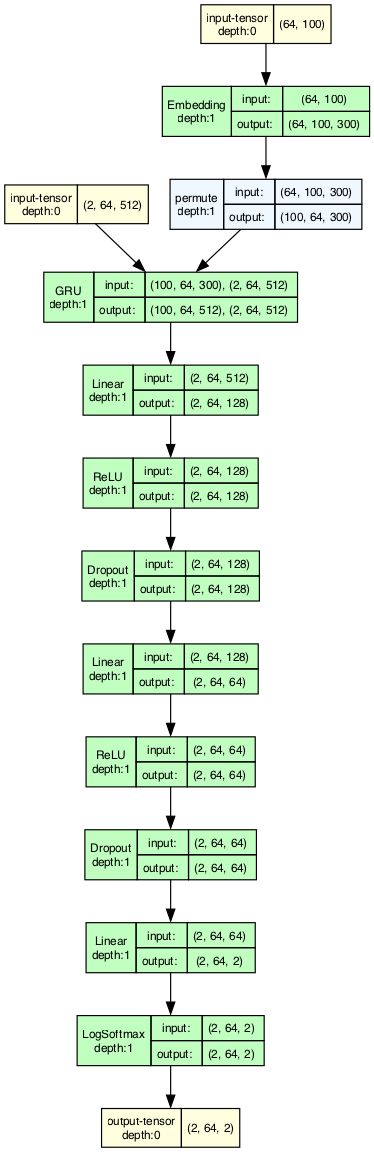
tanruiquan/Selene keeps this Graphviz diagram as graphs/q4_model.gv.png. Above is the earlier version. Its source is kept beside it as graphs/q4_model.gv. The source it was exported from:
```dot
strict digraph q4_model {
	graph [ordering=in rankdir=TB size="12.0,12.0"]
	node [align=left fontname="Linux libertine" fontsize=10 height=0.2 margin=0 ranksep=0.1 shape=plaintext style=filled]
	edge [fontsize=10]
	0 [label=<
                    <TABLE BORDER="0" CELLBORDER="1"
                    CELLSPACING="0" CELLPADDING="4">
                        <TR><TD>input-tensor<BR/>depth:0</TD><TD>(64, 100)</TD></TR>
                    </TABLE>> fillcolor=lightyellow]
	1 [label=<
                    <TABLE BORDER="0" CELLBORDER="1"
                    CELLSPACING="0" CELLPADDING="4">
                        <TR><TD>input-tensor<BR/>depth:0</TD><TD>(2, 64, 512)</TD></TR>
                    </TABLE>> fillcolor=lightyellow]
	2 [label=<
                    <TABLE BORDER="0" CELLBORDER="1"
                    CELLSPACING="0" CELLPADDING="4">
                    <TR>
                        <TD ROWSPAN="2">Embedding<BR/>depth:1</TD>
                        <TD COLSPAN="2">input:</TD>
                        <TD COLSPAN="2">(64, 100) </TD>
                    </TR>
                    <TR>
                        <TD COLSPAN="2">output: </TD>
                        <TD COLSPAN="2">(64, 100, 300) </TD>
                    </TR>
                    </TABLE>> fillcolor=darkseagreen1]
	3 [label=<
                    <TABLE BORDER="0" CELLBORDER="1"
                    CELLSPACING="0" CELLPADDING="4">
                    <TR>
                        <TD ROWSPAN="2">permute<BR/>depth:1</TD>
                        <TD COLSPAN="2">input:</TD>
                        <TD COLSPAN="2">(64, 100, 300) </TD>
                    </TR>
                    <TR>
                        <TD COLSPAN="2">output: </TD>
                        <TD COLSPAN="2">(100, 64, 300) </TD>
                    </TR>
                    </TABLE>> fillcolor=aliceblue]
	4 [label=<
                    <TABLE BORDER="0" CELLBORDER="1"
                    CELLSPACING="0" CELLPADDING="4">
                    <TR>
                        <TD ROWSPAN="2">GRU<BR/>depth:1</TD>
                        <TD COLSPAN="2">input:</TD>
                        <TD COLSPAN="2">(100, 64, 300), (2, 64, 512) </TD>
                    </TR>
                    <TR>
                        <TD COLSPAN="2">output: </TD>
                        <TD COLSPAN="2">(100, 64, 512), (2, 64, 512) </TD>
                    </TR>
                    </TABLE>> fillcolor=darkseagreen1]
	5 [label=<
                    <TABLE BORDER="0" CELLBORDER="1"
                    CELLSPACING="0" CELLPADDING="4">
                    <TR>
                        <TD ROWSPAN="2">Linear<BR/>depth:1</TD>
                        <TD COLSPAN="2">input:</TD>
                        <TD COLSPAN="2">(2, 64, 512) </TD>
                    </TR>
                    <TR>
                        <TD COLSPAN="2">output: </TD>
                        <TD COLSPAN="2">(2, 64, 128) </TD>
                    </TR>
                    </TABLE>> fillcolor=darkseagreen1]
	6 [label=<
                    <TABLE BORDER="0" CELLBORDER="1"
                    CELLSPACING="0" CELLPADDING="4">
                    <TR>
                        <TD ROWSPAN="2">ReLU<BR/>depth:1</TD>
                        <TD COLSPAN="2">input:</TD>
                        <TD COLSPAN="2">(2, 64, 128) </TD>
                    </TR>
                    <TR>
                        <TD COLSPAN="2">output: </TD>
                        <TD COLSPAN="2">(2, 64, 128) </TD>
                    </TR>
                    </TABLE>> fillcolor=darkseagreen1]
	7 [label=<
                    <TABLE BORDER="0" CELLBORDER="1"
                    CELLSPACING="0" CELLPADDING="4">
                    <TR>
                        <TD ROWSPAN="2">Dropout<BR/>depth:1</TD>
                        <TD COLSPAN="2">input:</TD>
                        <TD COLSPAN="2">(2, 64, 128) </TD>
                    </TR>
                    <TR>
                        <TD COLSPAN="2">output: </TD>
                        <TD COLSPAN="2">(2, 64, 128) </TD>
                    </TR>
                    </TABLE>> fillcolor=darkseagreen1]
	8 [label=<
                    <TABLE BORDER="0" CELLBORDER="1"
                    CELLSPACING="0" CELLPADDING="4">
                    <TR>
                        <TD ROWSPAN="2">Linear<BR/>depth:1</TD>
                        <TD COLSPAN="2">input:</TD>
                        <TD COLSPAN="2">(2, 64, 128) </TD>
                    </TR>
                    <TR>
                        <TD COLSPAN="2">output: </TD>
                        <TD COLSPAN="2">(2, 64, 64) </TD>
                    </TR>
                    </TABLE>> fillcolor=darkseagreen1]
	9 [label=<
                    <TABLE BORDER="0" CELLBORDER="1"
                    CELLSPACING="0" CELLPADDING="4">
                    <TR>
                        <TD ROWSPAN="2">ReLU<BR/>depth:1</TD>
                        <TD COLSPAN="2">input:</TD>
                        <TD COLSPAN="2">(2, 64, 64) </TD>
                    </TR>
                    <TR>
                        <TD COLSPAN="2">output: </TD>
                        <TD COLSPAN="2">(2, 64, 64) </TD>
                    </TR>
                    </TABLE>> fillcolor=darkseagreen1]
	10 [label=<
                    <TABLE BORDER="0" CELLBORDER="1"
                    CELLSPACING="0" CELLPADDING="4">
                    <TR>
                        <TD ROWSPAN="2">Dropout<BR/>depth:1</TD>
                        <TD COLSPAN="2">input:</TD>
                        <TD COLSPAN="2">(2, 64, 64) </TD>
                    </TR>
                    <TR>
                        <TD COLSPAN="2">output: </TD>
                        <TD COLSPAN="2">(2, 64, 64) </TD>
                    </TR>
                    </TABLE>> fillcolor=darkseagreen1]
	11 [label=<
                    <TABLE BORDER="0" CELLBORDER="1"
                    CELLSPACING="0" CELLPADDING="4">
                    <TR>
                        <TD ROWSPAN="2">Linear<BR/>depth:1</TD>
                        <TD COLSPAN="2">input:</TD>
                        <TD COLSPAN="2">(2, 64, 64) </TD>
                    </TR>
                    <TR>
                        <TD COLSPAN="2">output: </TD>
                        <TD COLSPAN="2">(2, 64, 2) </TD>
                    </TR>
                    </TABLE>> fillcolor=darkseagreen1]
	12 [label=<
                    <TABLE BORDER="0" CELLBORDER="1"
                    CELLSPACING="0" CELLPADDING="4">
                    <TR>
                        <TD ROWSPAN="2">LogSoftmax<BR/>depth:1</TD>
                        <TD COLSPAN="2">input:</TD>
                        <TD COLSPAN="2">(2, 64, 2) </TD>
                    </TR>
                    <TR>
                        <TD COLSPAN="2">output: </TD>
                        <TD COLSPAN="2">(2, 64, 2) </TD>
                    </TR>
                    </TABLE>> fillcolor=darkseagreen1]
	13 [label=<
                    <TABLE BORDER="0" CELLBORDER="1"
                    CELLSPACING="0" CELLPADDING="4">
                        <TR><TD>output-tensor<BR/>depth:0</TD><TD>(2, 64, 2)</TD></TR>
                    </TABLE>> fillcolor=lightyellow]
	0 -> 2
	1 -> 4
	2 -> 3
	3 -> 4
	4 -> 5
	5 -> 6
	6 -> 7
	7 -> 8
	8 -> 9
	9 -> 10
	10 -> 11
	11 -> 12
	12 -> 13
}
```
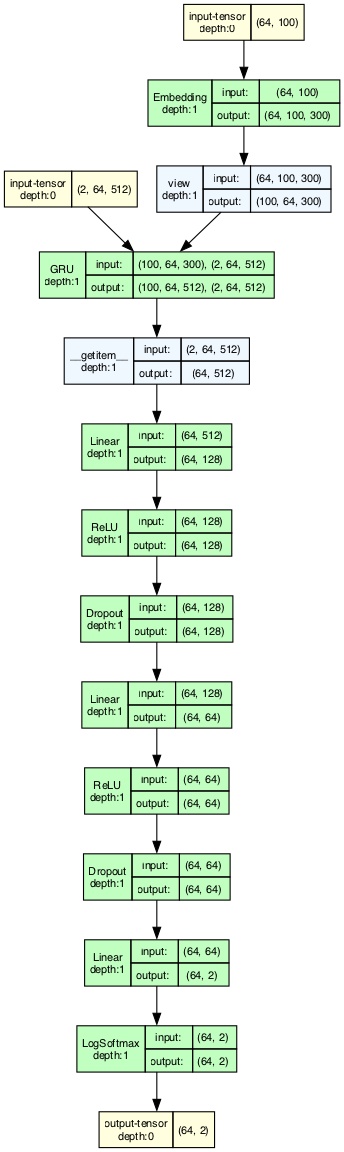
The same file after the commit.

Change to the diagram source:
```diff
@@ -29,7 +29,7 @@
                     <TABLE BORDER="0" CELLBORDER="1"
                     CELLSPACING="0" CELLPADDING="4">
                     <TR>
-                        <TD ROWSPAN="2">permute<BR/>depth:1</TD>
+                        <TD ROWSPAN="2">view<BR/>depth:1</TD>
                         <TD COLSPAN="2">input:</TD>
                         <TD COLSPAN="2">(64, 100, 300) </TD>
                     </TR>
@@ -55,110 +55,123 @@
                     <TABLE BORDER="0" CELLBORDER="1"
                     CELLSPACING="0" CELLPADDING="4">
                     <TR>
-                        <TD ROWSPAN="2">Linear<BR/>depth:1</TD>
+                        <TD ROWSPAN="2">__getitem__<BR/>depth:1</TD>
                         <TD COLSPAN="2">input:</TD>
                         <TD COLSPAN="2">(2, 64, 512) </TD>
                     </TR>
                     <TR>
                         <TD COLSPAN="2">output: </TD>
-                        <TD COLSPAN="2">(2, 64, 128) </TD>
+                        <TD COLSPAN="2">(64, 512) </TD>
                     </TR>
-                    </TABLE>> fillcolor=darkseagreen1]
+                    </TABLE>> fillcolor=aliceblue]
 	6 [label=<
                     <TABLE BORDER="0" CELLBORDER="1"
                     CELLSPACING="0" CELLPADDING="4">
                     <TR>
-                        <TD ROWSPAN="2">ReLU<BR/>depth:1</TD>
+                        <TD ROWSPAN="2">Linear<BR/>depth:1</TD>
                         <TD COLSPAN="2">input:</TD>
-                        <TD COLSPAN="2">(2, 64, 128) </TD>
+                        <TD COLSPAN="2">(64, 512) </TD>
                     </TR>
                     <TR>
                         <TD COLSPAN="2">output: </TD>
-                        <TD COLSPAN="2">(2, 64, 128) </TD>
+                        <TD COLSPAN="2">(64, 128) </TD>
                     </TR>
                     </TABLE>> fillcolor=darkseagreen1]
 	7 [label=<
                     <TABLE BORDER="0" CELLBORDER="1"
                     CELLSPACING="0" CELLPADDING="4">
                     <TR>
-                        <TD ROWSPAN="2">Dropout<BR/>depth:1</TD>
+                        <TD ROWSPAN="2">ReLU<BR/>depth:1</TD>
                         <TD COLSPAN="2">input:</TD>
-                        <TD COLSPAN="2">(2, 64, 128) </TD>
+                        <TD COLSPAN="2">(64, 128) </TD>
                     </TR>
                     <TR>
                         <TD COLSPAN="2">output: </TD>
-                        <TD COLSPAN="2">(2, 64, 128) </TD>
+                        <TD COLSPAN="2">(64, 128) </TD>
                     </TR>
                     </TABLE>> fillcolor=darkseagreen1]
 	8 [label=<
                     <TABLE BORDER="0" CELLBORDER="1"
                     CELLSPACING="0" CELLPADDING="4">
                     <TR>
-                        <TD ROWSPAN="2">Linear<BR/>depth:1</TD>
+                        <TD ROWSPAN="2">Dropout<BR/>depth:1</TD>
                         <TD COLSPAN="2">input:</TD>
-                        <TD COLSPAN="2">(2, 64, 128) </TD>
+                        <TD COLSPAN="2">(64, 128) </TD>
                     </TR>
                     <TR>
                         <TD COLSPAN="2">output: </TD>
-                        <TD COLSPAN="2">(2, 64, 64) </TD>
+                        <TD COLSPAN="2">(64, 128) </TD>
                     </TR>
                     </TABLE>> fillcolor=darkseagreen1]
 	9 [label=<
                     <TABLE BORDER="0" CELLBORDER="1"
                     CELLSPACING="0" CELLPADDING="4">
                     <TR>
-                        <TD ROWSPAN="2">ReLU<BR/>depth:1</TD>
+                        <TD ROWSPAN="2">Linear<BR/>depth:1</TD>
                         <TD COLSPAN="2">input:</TD>
-                        <TD COLSPAN="2">(2, 64, 64) </TD>
+                        <TD COLSPAN="2">(64, 128) </TD>
                     </TR>
                     <TR>
                         <TD COLSPAN="2">output: </TD>
-                        <TD COLSPAN="2">(2, 64, 64) </TD>
+                        <TD COLSPAN="2">(64, 64) </TD>
                     </TR>
                     </TABLE>> fillcolor=darkseagreen1]
 	10 [label=<
                     <TABLE BORDER="0" CELLBORDER="1"
                     CELLSPACING="0" CELLPADDING="4">
                     <TR>
-                        <TD ROWSPAN="2">Dropout<BR/>depth:1</TD>
+                        <TD ROWSPAN="2">ReLU<BR/>depth:1</TD>
                         <TD COLSPAN="2">input:</TD>
-                        <TD COLSPAN="2">(2, 64, 64) </TD>
+                        <TD COLSPAN="2">(64, 64) </TD>
                     </TR>
                     <TR>
                         <TD COLSPAN="2">output: </TD>
-                        <TD COLSPAN="2">(2, 64, 64) </TD>
+                        <TD COLSPAN="2">(64, 64) </TD>
                     </TR>
                     </TABLE>> fillcolor=darkseagreen1]
 	11 [label=<
                     <TABLE BORDER="0" CELLBORDER="1"
                     CELLSPACING="0" CELLPADDING="4">
                     <TR>
-                        <TD ROWSPAN="2">Linear<BR/>depth:1</TD>
+                        <TD ROWSPAN="2">Dropout<BR/>depth:1</TD>
                         <TD COLSPAN="2">input:</TD>
-                        <TD COLSPAN="2">(2, 64, 64) </TD>
+                        <TD COLSPAN="2">(64, 64) </TD>
                     </TR>
                     <TR>
                         <TD COLSPAN="2">output: </TD>
-                        <TD COLSPAN="2">(2, 64, 2) </TD>
+                        <TD COLSPAN="2">(64, 64) </TD>
                     </TR>
                     </TABLE>> fillcolor=darkseagreen1]
 	12 [label=<
                     <TABLE BORDER="0" CELLBORDER="1"
                     CELLSPACING="0" CELLPADDING="4">
                     <TR>
-                        <TD ROWSPAN="2">LogSoftmax<BR/>depth:1</TD>
+                        <TD ROWSPAN="2">Linear<BR/>depth:1</TD>
                         <TD COLSPAN="2">input:</TD>
-                        <TD COLSPAN="2">(2, 64, 2) </TD>
+                        <TD COLSPAN="2">(64, 64) </TD>
                     </TR>
                     <TR>
                         <TD COLSPAN="2">output: </TD>
-                        <TD COLSPAN="2">(2, 64, 2) </TD>
+                        <TD COLSPAN="2">(64, 2) </TD>
                     </TR>
                     </TABLE>> fillcolor=darkseagreen1]
 	13 [label=<
                     <TABLE BORDER="0" CELLBORDER="1"
                     CELLSPACING="0" CELLPADDING="4">
-                        <TR><TD>output-tensor<BR/>depth:0</TD><TD>(2, 64, 2)</TD></TR>
+                    <TR>
+                        <TD ROWSPAN="2">LogSoftmax<BR/>depth:1</TD>
+                        <TD COLSPAN="2">input:</TD>
+                        <TD COLSPAN="2">(64, 2) </TD>
+                    </TR>
+                    <TR>
+                        <TD COLSPAN="2">output: </TD>
+                        <TD COLSPAN="2">(64, 2) </TD>
+                    </TR>
+                    </TABLE>> fillcolor=darkseagreen1]
+	14 [label=<
+                    <TABLE BORDER="0" CELLBORDER="1"
+                    CELLSPACING="0" CELLPADDING="4">
+                        <TR><TD>output-tensor<BR/>depth:0</TD><TD>(64, 2)</TD></TR>
                     </TABLE>> fillcolor=lightyellow]
 	0 -> 2
 	1 -> 4
@@ -173,4 +186,5 @@
 	10 -> 11
 	11 -> 12
 	12 -> 13
+	13 -> 14
 }
```
